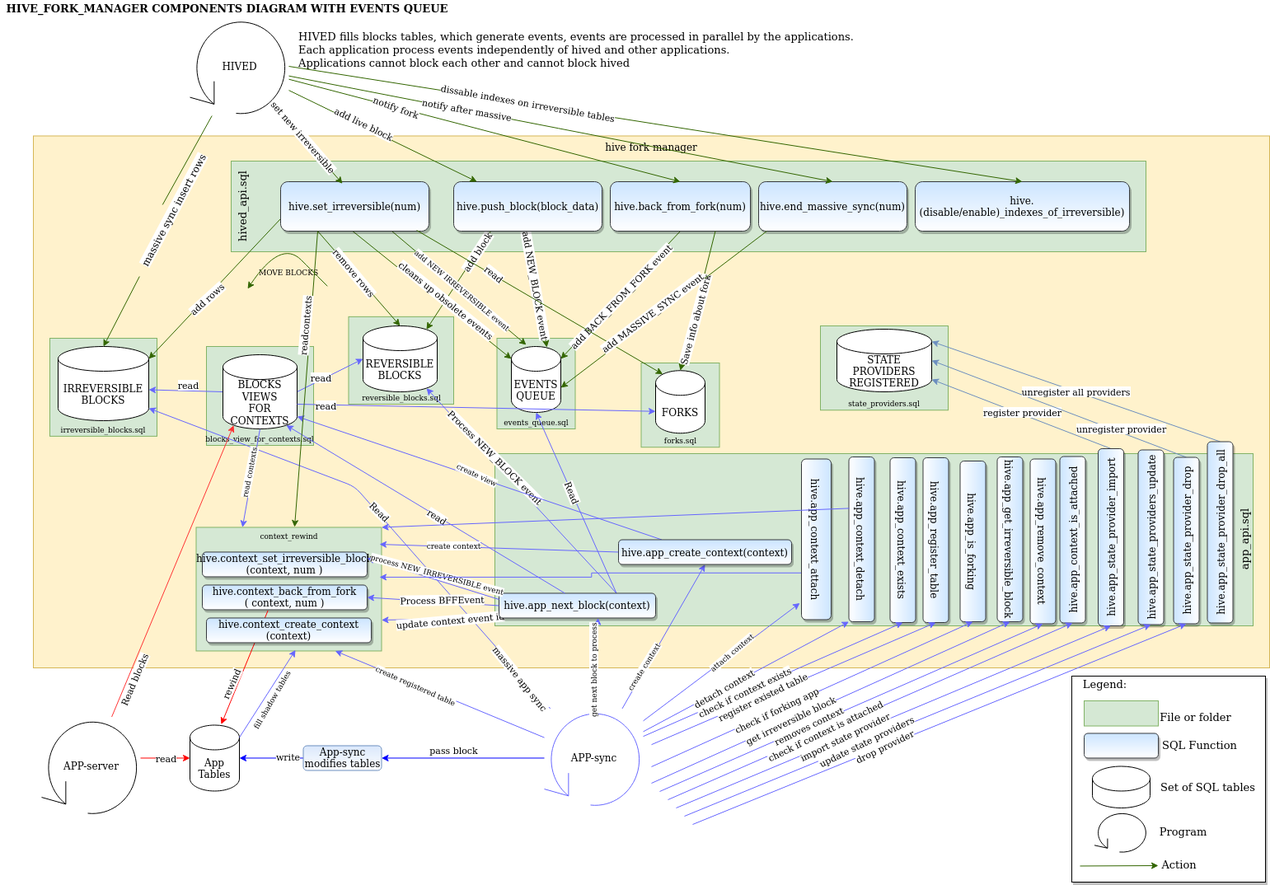
This is src/hive_fork_manager/doc/evq_c3.png from openhive-network/HAfAH, a draw.io export, as it was before one commit. Source tidied: cells renumbered, new cells last; positions are measured from the earlier drawing's top-left corner, leaving out a move shared by most shapes.
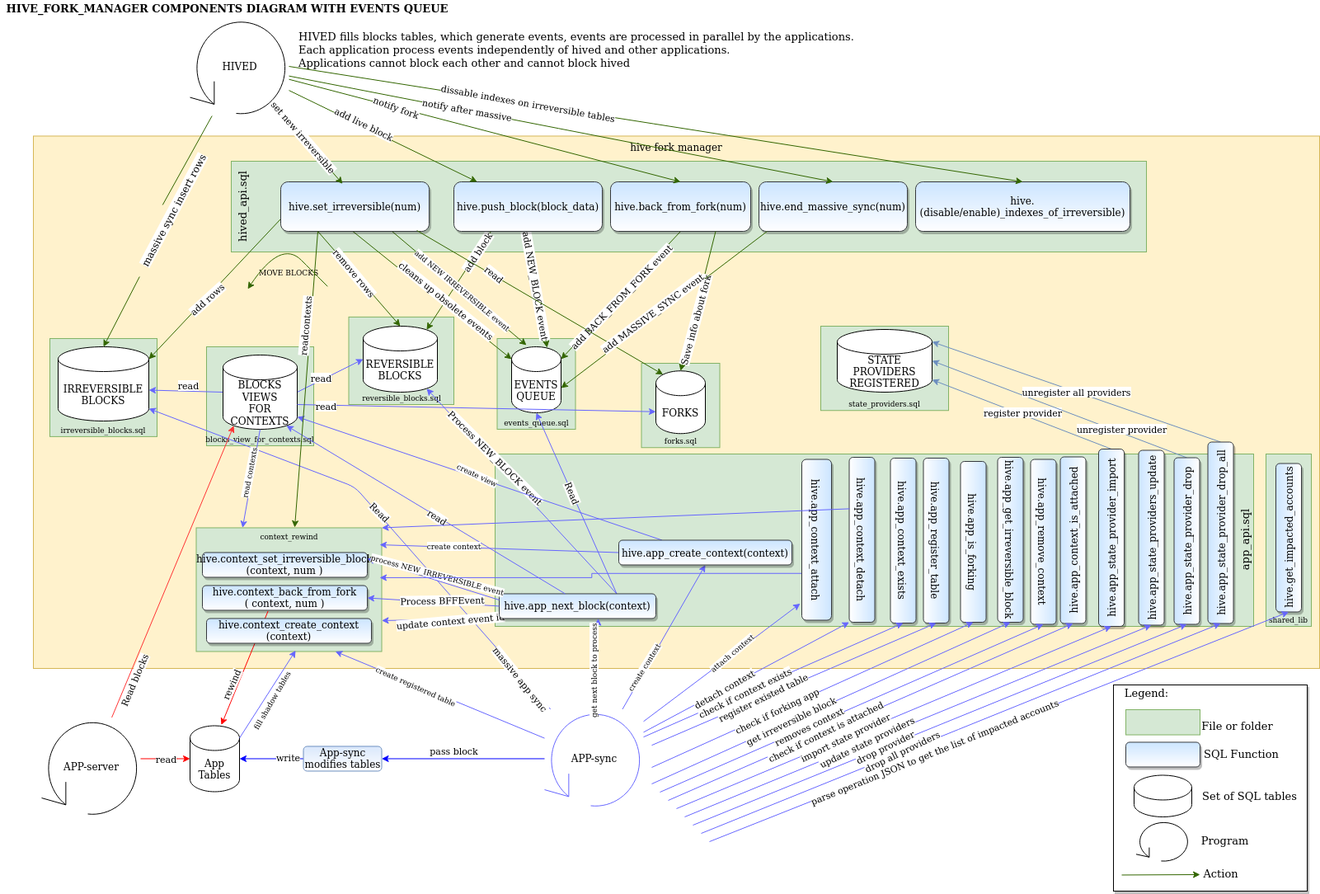
Above is the later version.

Commit message:
doc about shared_lib

The edit, as a diff of the source:
```diff
@@ -3,7 +3,7 @@
     <mxCell id="0" />
     <mxCell id="1" parent="0" />
     <mxCell id="2" value="hive fork manager" style="rounded=0;whiteSpace=wrap;html=1;strokeColor=#d6b656;align=center;verticalAlign=top;fillColor=#fff2cc;" parent="1" vertex="1">
-      <mxGeometry x="40" y="164.5" width="1500" height="645.5" as="geometry" />
+      <mxGeometry x="40" y="164.5" width="1560" height="645.5" as="geometry" />
     </mxCell>
     <mxCell id="3" value="blocks_view_for_contexts.sql" style="rounded=0;whiteSpace=wrap;html=1;labelBackgroundColor=none;fontSize=9;verticalAlign=bottom;fillColor=#d5e8d4;strokeColor=#82b366;" parent="1" vertex="1">
       <mxGeometry x="250" y="420" width="130" height="120" as="geometry" />
@@ -21,7 +21,7 @@
       <mxGeometry x="60" y="410" width="130" height="118.9" as="geometry" />
     </mxCell>
     <mxCell id="8" style="rounded=0;whiteSpace=wrap;html=1;shadow=1;glass=0;sketch=0;hachureGap=4;fontSize=13;fontColor=#000000;gradientColor=#ffffff;verticalAlign=bottom;" parent="1" vertex="1">
-      <mxGeometry x="1300" y="820" width="235" height="250" as="geometry" />
+      <mxGeometry x="1350" y="830" width="235" height="250" as="geometry" />
     </mxCell>
     <mxCell id="9" value="app_api.sql" style="rounded=0;whiteSpace=wrap;html=1;labelBackgroundColor=none;fontSize=13;align=center;horizontal=0;verticalAlign=bottom;fillColor=#d5e8d4;strokeColor=#82b366;" parent="1" vertex="1">
       <mxGeometry x="600" y="550" width="920" height="209" as="geometry" />
@@ -516,40 +516,40 @@
       <mxGeometry x="-0.22" relative="1" as="geometry" />
     </mxCell>
     <mxCell id="142" style="rounded=0;whiteSpace=wrap;html=1;labelBackgroundColor=none;fontSize=9;verticalAlign=top;fillColor=#d5e8d4;strokeColor=#82b366;" parent="1" vertex="1">
-      <mxGeometry x="1315" y="850" width="90" height="30.5" as="geometry" />
+      <mxGeometry x="1365" y="860" width="90" height="30.5" as="geometry" />
     </mxCell>
     <mxCell id="143" style="rounded=1;whiteSpace=wrap;html=1;align=center;fillColor=#cce5ff;strokeColor=#36393d;glass=0;sketch=0;shadow=1;gradientColor=#ffffff;" parent="1" vertex="1">
-      <mxGeometry x="1315" y="889.5" width="90" height="30" as="geometry" />
+      <mxGeometry x="1365" y="899.5" width="90" height="30" as="geometry" />
     </mxCell>
     <mxCell id="144" style="shape=cylinder3;whiteSpace=wrap;html=1;boundedLbl=1;backgroundOutline=1;size=15;" parent="1" vertex="1">
-      <mxGeometry x="1325" y="929.5" width="70" height="50.5" as="geometry" />
+      <mxGeometry x="1375" y="939.5" width="70" height="50.5" as="geometry" />
     </mxCell>
     <mxCell id="145" style="shape=mxgraph.bpmn.loop;html=1;" parent="1" vertex="1">
-      <mxGeometry x="1327.5" y="984.2" width="65" height="50.5" as="geometry" />
+      <mxGeometry x="1377.5" y="994.2" width="65" height="50.5" as="geometry" />
     </mxCell>
     <mxCell id="146" value="File or folder" style="text;html=1;align=center;verticalAlign=middle;strokeColor=none;fillColor=none;fontSize=13;fontColor=#000000;" parent="1" vertex="1">
-      <mxGeometry x="1400" y="860" width="100" height="20" as="geometry" />
+      <mxGeometry x="1450" y="870" width="100" height="20" as="geometry" />
     </mxCell>
     <mxCell id="147" value="SQL Function" style="text;html=1;align=center;verticalAlign=middle;strokeColor=none;fillColor=none;fontSize=13;fontColor=#000000;" parent="1" vertex="1">
-      <mxGeometry x="1400" y="894.5" width="110" height="20" as="geometry" />
+      <mxGeometry x="1450" y="904.5" width="110" height="20" as="geometry" />
     </mxCell>
     <mxCell id="148" value="Set of SQL tables" style="text;html=1;align=center;verticalAlign=middle;strokeColor=none;fillColor=none;fontSize=13;fontColor=#000000;" parent="1" vertex="1">
-      <mxGeometry x="1400" y="944.7" width="130" height="20" as="geometry" />
+      <mxGeometry x="1450" y="954.7" width="130" height="20" as="geometry" />
     </mxCell>
     <mxCell id="149" value="Program" style="text;html=1;align=center;verticalAlign=middle;strokeColor=none;fillColor=none;fontSize=13;fontColor=#000000;" parent="1" vertex="1">
-      <mxGeometry x="1400" y="999.5" width="70" height="20" as="geometry" />
+      <mxGeometry x="1450" y="1009.5" width="70" height="20" as="geometry" />
     </mxCell>
     <mxCell id="150" value="Legend:" style="text;html=1;align=center;verticalAlign=middle;strokeColor=none;fillColor=none;fontSize=13;fontColor=#000000;" parent="1" vertex="1">
-      <mxGeometry x="1305" y="820" width="70" height="20" as="geometry" />
+      <mxGeometry x="1355" y="830" width="70" height="20" as="geometry" />
     </mxCell>
     <mxCell id="151" style="endArrow=classic;html=1;fillColor=#f8cecc;strokeColor=#336600;" parent="1" edge="1">
       <mxGeometry relative="1" as="geometry">
-        <mxPoint x="1310" y="1050.5" as="sourcePoint" />
-        <mxPoint x="1405" y="1050" as="targetPoint" />
+        <mxPoint x="1360" y="1060.5" as="sourcePoint" />
+        <mxPoint x="1455" y="1060" as="targetPoint" />
       </mxGeometry>
     </mxCell>
     <mxCell id="152" value="Action" style="text;html=1;align=center;verticalAlign=middle;strokeColor=none;fillColor=none;fontSize=13;fontColor=#000000;" parent="1" vertex="1">
-      <mxGeometry x="1400" y="1039.5" width="60" height="20" as="geometry" />
+      <mxGeometry x="1450" y="1049.5" width="60" height="20" as="geometry" />
     </mxCell>
     <mxCell id="153" value="state_providers.sql" style="rounded=0;whiteSpace=wrap;html=1;labelBackgroundColor=none;fontSize=9;verticalAlign=bottom;fillColor=#d5e8d4;strokeColor=#82b366;" parent="1" vertex="1">
       <mxGeometry x="995" y="395" width="155" height="102.2" as="geometry" />
@@ -602,5 +602,31 @@
     <mxCell id="167" value="drop provider" style="edgeLabel;html=1;align=center;verticalAlign=middle;fontColor=#000000;rotation=334;" parent="166" vertex="1">
       <mxGeometry x="-0.22" relative="1" as="geometry" />
     </mxCell>
+    <mxCell id="168" value="shared_lib" style="rounded=0;whiteSpace=wrap;html=1;labelBackgroundColor=none;fontSize=9;verticalAlign=bottom;fillColor=#d5e8d4;strokeColor=#82b366;" parent="1" vertex="1">
+      <mxGeometry x="1535" y="550" width="55" height="209" as="geometry" />
+    </mxCell>
+    <mxCell id="169" value="hive.get_impacted_accounts" style="rounded=1;whiteSpace=wrap;html=1;rotation=-90;fillColor=#cce5ff;strokeColor=#36393d;glass=0;sketch=0;shadow=1;gradientColor=#ffffff;" parent="1" vertex="1">
+      <mxGeometry x="1472.5" y="636" width="180" height="31" as="geometry" />
+    </mxCell>
+    <mxCell id="170" style="endArrow=classic;html=1;entryX=0;entryY=0.5;entryDx=0;entryDy=0;strokeColor=#6666FF;" parent="1" edge="1" target="161">
+      <mxGeometry relative="1" as="geometry">
+        <mxPoint x="850" y="1010" as="sourcePoint" />
+      </mxGeometry>
+    </mxCell>
+    <mxCell id="171" value="drop all providers" style="edgeLabel;html=1;align=center;verticalAlign=middle;fontColor=#000000;rotation=334;" parent="170" vertex="1">
+      <mxGeometry x="-0.22" relative="1" as="geometry">
+        <mxPoint x="-1" as="offset" />
+      </mxGeometry>
+    </mxCell>
+    <mxCell id="172" style="endArrow=classic;html=1;entryX=0;entryY=0.5;entryDx=0;entryDy=0;strokeColor=#6666FF;" parent="1" edge="1" target="169">
+      <mxGeometry relative="1" as="geometry">
+        <mxPoint x="860" y="1020" as="sourcePoint" />
+      </mxGeometry>
+    </mxCell>
+    <mxCell id="173" value="parse operation JSON to get the list of impacted accounts" style="edgeLabel;html=1;align=center;verticalAlign=middle;fontColor=#000000;rotation=338;" parent="172" vertex="1">
+      <mxGeometry x="-0.22" relative="1" as="geometry">
+        <mxPoint x="-1" as="offset" />
+      </mxGeometry>
+    </mxCell>
   </root>
 </mxGraphModel>
```
